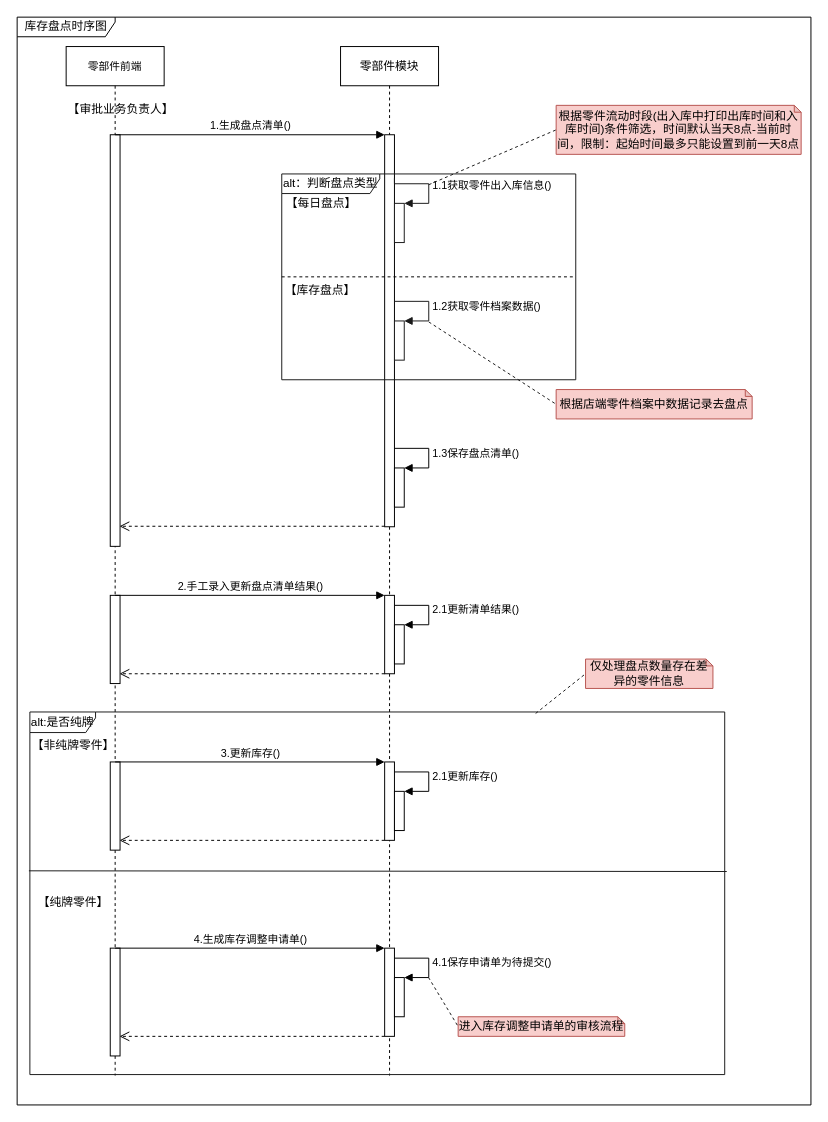
This is page "时序图" (1 of 6) of 库存管理-库存盘点.drawio from 1132489442/gitRepository1, a draw.io file, before an edit. Source tidied: cells renumbered, new cells numbered last; positions are measured from the earlier drawing's top-left corner, leaving out a move shared by most shapes. Both pictures are drawn from the tidied source at 98%, with x=0, y=0 at pixel (17, 17).
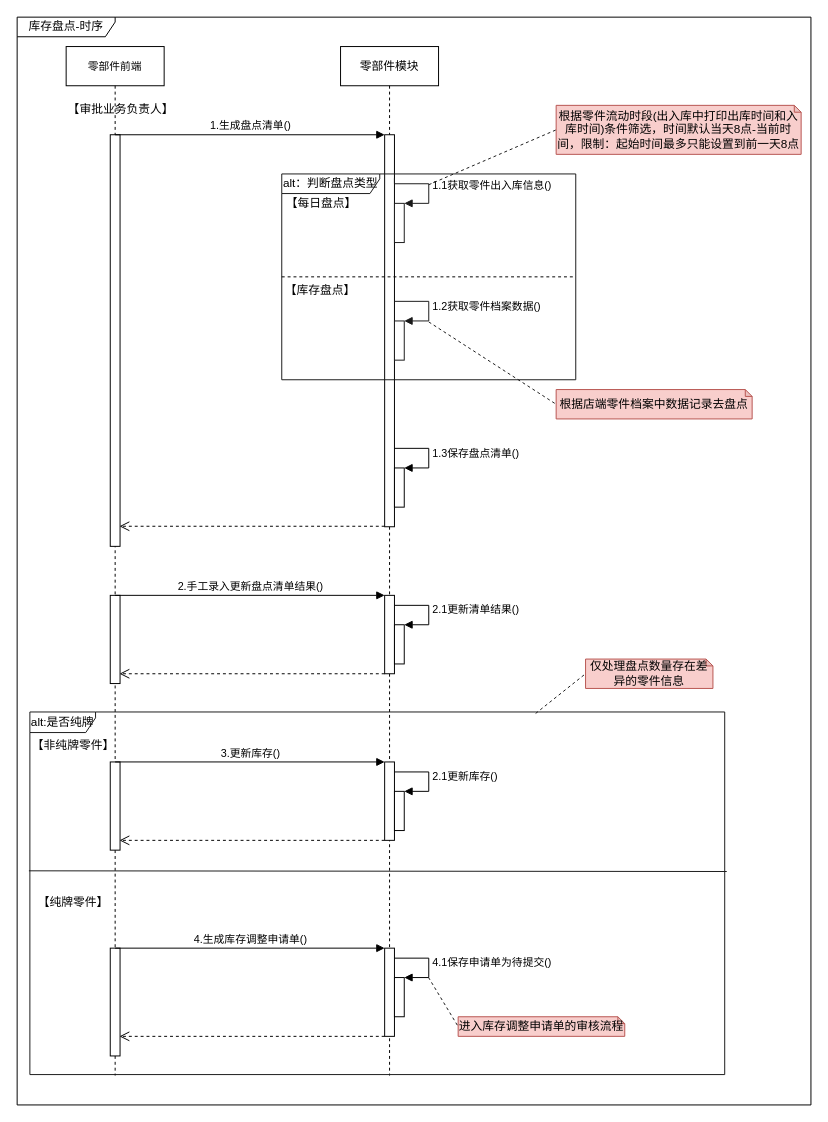
The same page after the edit.

The edit, as a diff of the source:
```diff
@@
-    <mxCell id="20" value="库存盘点时序图" style="shape=umlFrame;whiteSpace=wrap;html=1;fillColor=#FFFFFF;width=100;height=20;" parent="1" vertex="1">
+    <mxCell id="20" value="库存盘点-时序" style="shape=umlFrame;whiteSpace=wrap;html=1;fillColor=#FFFFFF;width=100;height=20;" parent="1" vertex="1">
       <mxGeometry width="810" height="1110" as="geometry" />
     </mxCell>
```
